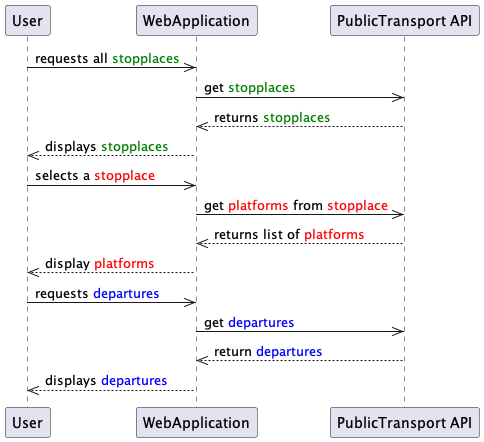
Before: out/kolombusSeq/kolombusSeq.png, a diagram exported from PlantUML (PeterJakobs1/kolombus-internprosjekt).
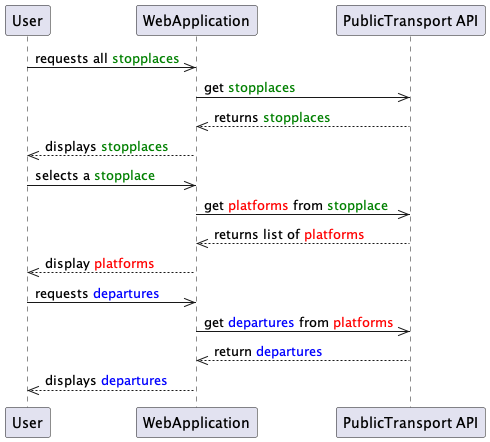
The same file after the commit.

Change to the diagram source:
```diff
@@ -9,13 +9,13 @@
 PublicTransportAPI -->> WebApplication: returns <font color=green>stopplaces</font>
 WebApplication -->> User: displays <font color=green>stopplaces</font>
 
-User ->> WebApplication: selects a <font color=red>stopplace</font>
-WebApplication ->> PublicTransportAPI: get <font color=red>platforms</font> from <font color=red>stopplace</font>
+User ->> WebApplication: selects a <font color=green>stopplace</font>
+WebApplication ->> PublicTransportAPI: get <font color=red>platforms</font> from <font color=green>stopplace</font>
 PublicTransportAPI -->> WebApplication: returns list of <font color=red>platforms</font>
 WebApplication -->> User: display <font color=red>platforms</font>
 
 User ->> WebApplication: requests <font color=blue>departures</font>
-WebApplication ->> PublicTransportAPI: get <font color=blue>departures</font>
+WebApplication ->> PublicTransportAPI: get <font color=blue>departures</font> from <font color=red>platforms</font>
 PublicTransportAPI -->> WebApplication: return <font color=blue>departures</font>
 WebApplication -->> User: displays <font color=blue>departures</font>
 
```
